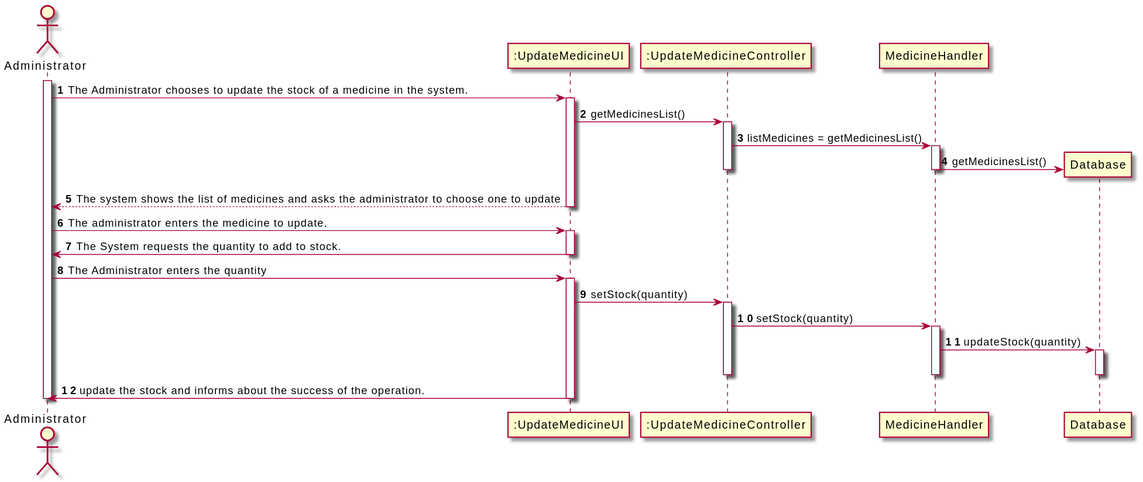
The PlantUML diagram Documents/UC8/UC8_SD.svg in 1190452/LAPR3, before a commit.
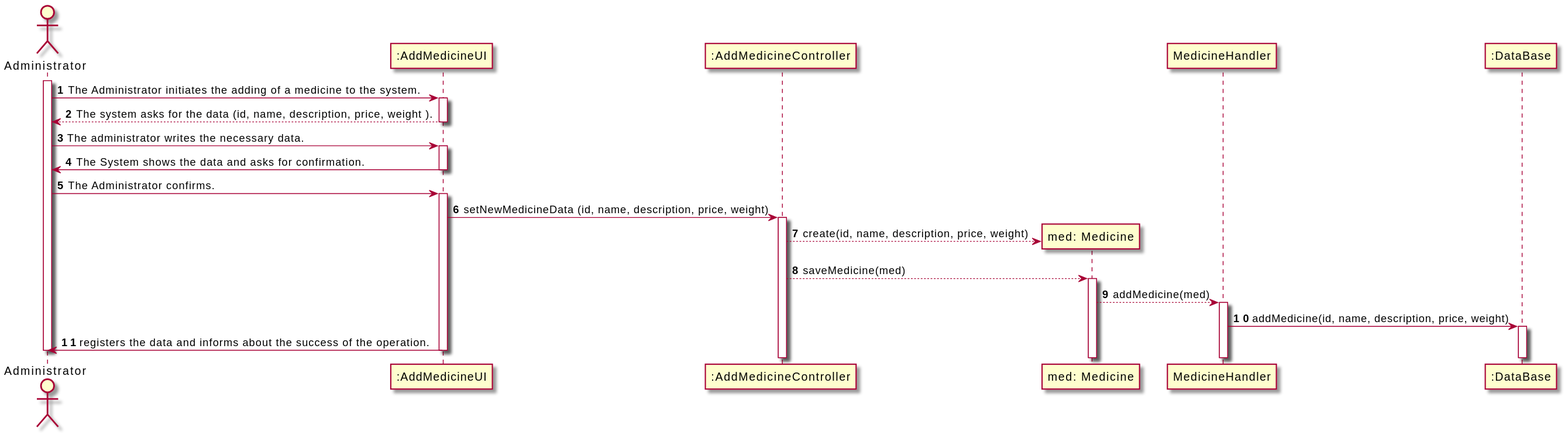
The same file after the commit.

Change to the diagram source:
```diff
@@ -2,57 +2,46 @@
 autonumber
 actor "Administrator" as ADM
 
-participant ":UpdateMedicineUI" as UI
-participant ":UpdateMedicineController" as CTRL
+participant ":AddMedicineUI" as UI
+participant ":AddMedicineController" as CTRL
+participant "med: Medicine" as MED
 participant "MedicineHandler" as HANDLER
-participant "Database" as DAT
+participant ":DataBase" as DB
 
 
 activate ADM
-ADM -> UI : The Administrator chooses to update the stock of a medicine in the system.
+ADM -> UI : The Administrator initiates the adding of a medicine to the system.
 activate UI
 
-UI -> CTRL : getMedicinesList()
-activate CTRL
-
-CTRL -> HANDLER : listMedicines = getMedicinesList()
-
-activate HANDLER
-
-HANDLER -> DAT ** : getMedicinesList()
-deactivate CTRL
-deactivate HANDLER
-
-UI --> ADM : The system shows the list of medicines and asks the administrator to choose one to update
+UI --> ADM : The system asks for the data (id, name, description, price, weight ).
 
 deactivate UI
 
-ADM -> UI : The administrator enters the medicine to update.
+ADM -> UI : The administrator writes the necessary data.
 activate UI
 
-
-UI -> ADM : The System requests the quantity to add to stock.
+UI -> ADM : The System shows the data and asks for confirmation.
 deactivate UI
 
-ADM -> UI : The Administrator enters the quantity
-
+ADM -> UI : The Administrator confirms.
 activate UI
 
-UI -> CTRL : setStock(quantity)
+UI -> CTRL : setNewMedicineData (id, name, description, price, weight)
 activate CTRL
 
-CTRL -> HANDLER : setStock(quantity)
+CTRL --> MED ** : create(id, name, description, price, weight)
+CTRL --> MED : saveMedicine(med)
+activate MED
+
+MED --> HANDLER: addMedicine(med)
 activate HANDLER
 
-HANDLER -> DAT : updateStock(quantity)
-activate DAT
-
-deactivate CTRL
-deactivate HANDLER
-deactivate DAT
+HANDLER -> DB : addMedicine(id, name, description, price, weight)
+activate DB
 
 
-UI -> ADM : update the stock and informs about the success of the operation.
+UI -> ADM : registers the data and informs about the success of the operation.
+
 
 deactivate UI
 deactivate ADM
```
